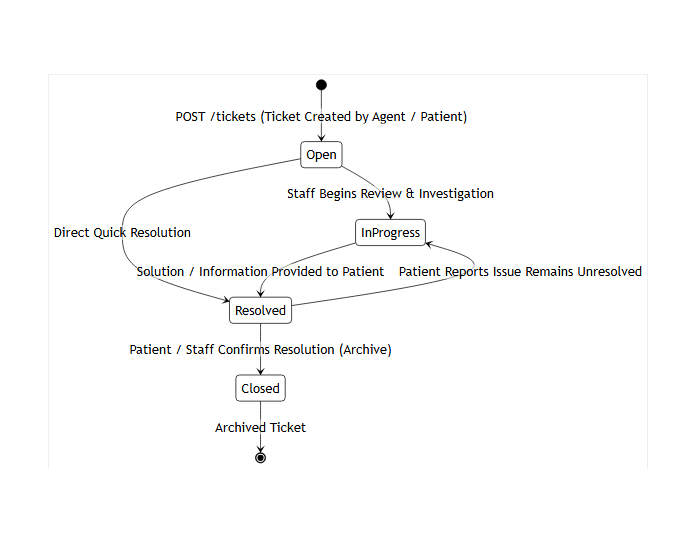
The Mermaid diagram docs/diagrams/04-data/state-support-ticket.png in HassanAhmedMa/Agentic-AI-Call-Center, before a commit. Its source is kept beside it as docs/diagrams/04-data/state-support-ticket.mmd.
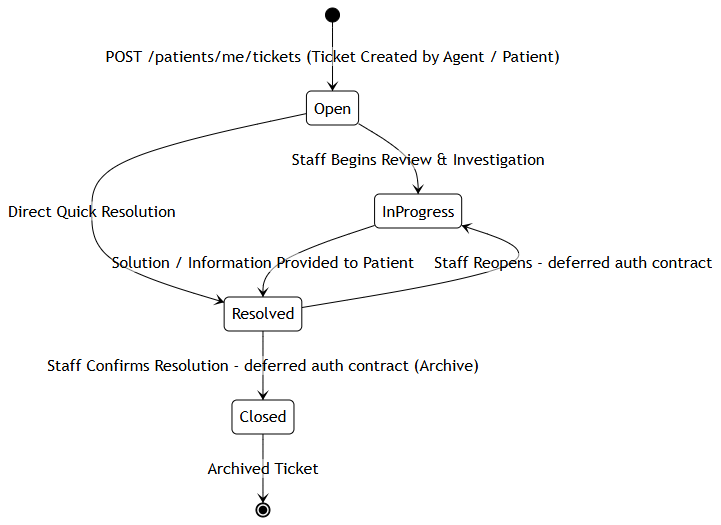
The same diagram one commit later.

The edit, as a diff of the source:
```diff
@@ -1,13 +1,13 @@
 %%{init: {'theme': 'base', 'themeVariables': { 'primaryColor': '#ffffff', 'primaryTextColor': '#000000', 'primaryBorderColor': '#000000', 'lineColor': '#000000', 'secondaryColor': '#ffffff', 'tertiaryColor': '#ffffff', 'edgeLabelBackground':'#ffffff' }}}%%
 stateDiagram-v2
-    [*] --> Open: POST /tickets (Ticket Created by Agent / Patient)
+    [*] --> Open: POST /patients/me/tickets (Ticket Created by Agent / Patient)
 
     Open --> InProgress: Staff Begins Review & Investigation
     Open --> Resolved: Direct Quick Resolution
 
     InProgress --> Resolved: Solution / Information Provided to Patient
 
-    Resolved --> Closed: Patient / Staff Confirms Resolution (Archive)
-    Resolved --> InProgress: Patient Reports Issue Remains Unresolved
+    Resolved --> Closed: Staff Confirms Resolution - deferred auth contract (Archive)
+    Resolved --> InProgress: Staff Reopens - deferred auth contract
 
     Closed --> [*]: Archived Ticket
```
